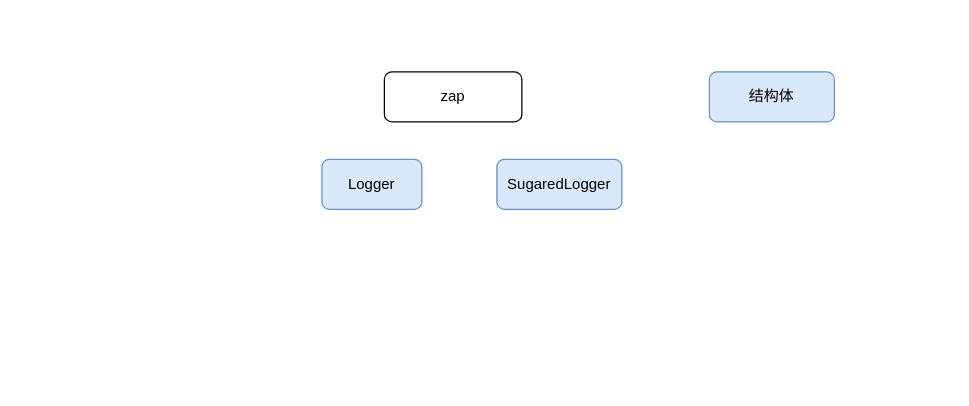
Above: zap.drawio in zhangfuli/draw.io (draw.io), before the change. Source tidied: cells renumbered, new cells numbered last; positions are measured from the earlier drawing's top-left corner, leaving out a move shared by most shapes. Both pictures are drawn from the tidied source at 125%, with x=0, y=0 at pixel (321, 71).
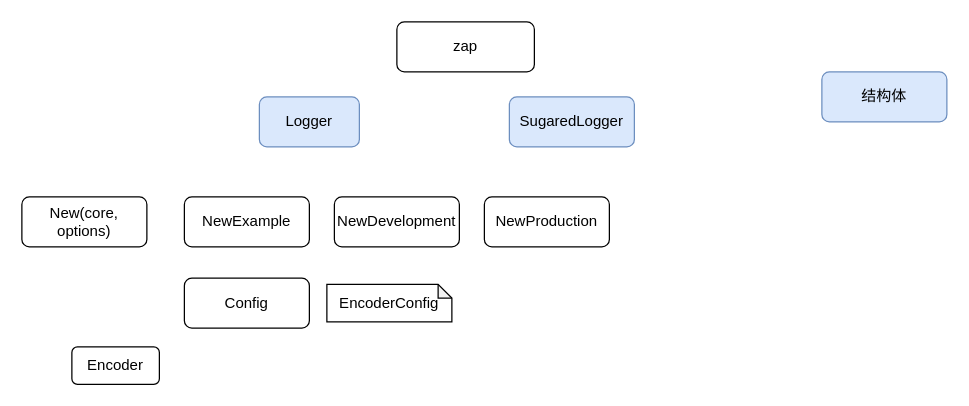
The same page after the edit.

What changed in the source:
```diff
@@
 <mxGraphModel>
   <root>
     <mxCell id="0" />
     <mxCell id="1" parent="0" />
     <mxCell id="2" value="zap" style="rounded=1;whiteSpace=wrap;html=1;" parent="1" vertex="1">
-      <mxGeometry x="50" width="110" height="40" as="geometry" />
+      <mxGeometry x="60" y="-40" width="110" height="40" as="geometry" />
     </mxCell>
     <mxCell id="3" value="Logger" style="rounded=1;whiteSpace=wrap;html=1;fillColor=#dae8fc;strokeColor=#6c8ebf;" parent="1" vertex="1">
-      <mxGeometry y="70" width="80" height="40" as="geometry" />
+      <mxGeometry x="-50" y="20" width="80" height="40" as="geometry" />
     </mxCell>
     <mxCell id="4" value="SugaredLogger" style="rounded=1;whiteSpace=wrap;html=1;fillColor=#dae8fc;strokeColor=#6c8ebf;" parent="1" vertex="1">
-      <mxGeometry x="140" y="70" width="100" height="40" as="geometry" />
+      <mxGeometry x="150" y="20" width="100" height="40" as="geometry" />
     </mxCell>
     <mxCell id="5" value="结构体" style="rounded=1;whiteSpace=wrap;html=1;fillColor=#dae8fc;strokeColor=#6c8ebf;" parent="1" vertex="1">
-      <mxGeometry x="310" width="100" height="40" as="geometry" />
+      <mxGeometry x="400" width="100" height="40" as="geometry" />
     </mxCell>
+    <mxCell id="6" value="NewExample" style="rounded=1;whiteSpace=wrap;html=1;" parent="1" vertex="1">
+      <mxGeometry x="-110" y="100" width="100" height="40" as="geometry" />
+    </mxCell>
+    <mxCell id="7" value="NewProduction" style="rounded=1;whiteSpace=wrap;html=1;" parent="1" vertex="1">
+      <mxGeometry x="130" y="100" width="100" height="40" as="geometry" />
+    </mxCell>
+    <mxCell id="8" value="NewDevelopment" style="rounded=1;whiteSpace=wrap;html=1;" parent="1" vertex="1">
+      <mxGeometry x="10" y="100" width="100" height="40" as="geometry" />
+    </mxCell>
+    <mxCell id="9" value="New(core, options)" style="rounded=1;whiteSpace=wrap;html=1;" parent="1" vertex="1">
+      <mxGeometry x="-240" y="100" width="100" height="40" as="geometry" />
+    </mxCell>
+    <mxCell id="10" value="EncoderConfig" style="shape=note;whiteSpace=wrap;html=1;backgroundOutline=1;darkOpacity=0.05;size=11;" parent="1" vertex="1">
+      <mxGeometry x="4" y="170" width="100" height="30" as="geometry" />
+    </mxCell>
+    <mxCell id="11" value="Encoder" style="rounded=1;whiteSpace=wrap;html=1;" parent="1" vertex="1">
+      <mxGeometry x="-200" y="220" width="70" height="30" as="geometry" />
+    </mxCell>
+    <mxCell id="12" value="Config" style="rounded=1;whiteSpace=wrap;html=1;" parent="1" vertex="1">
+      <mxGeometry x="-110" y="165" width="100" height="40" as="geometry" />
+    </mxCell>
   </root>
 </mxGraphModel>
```
